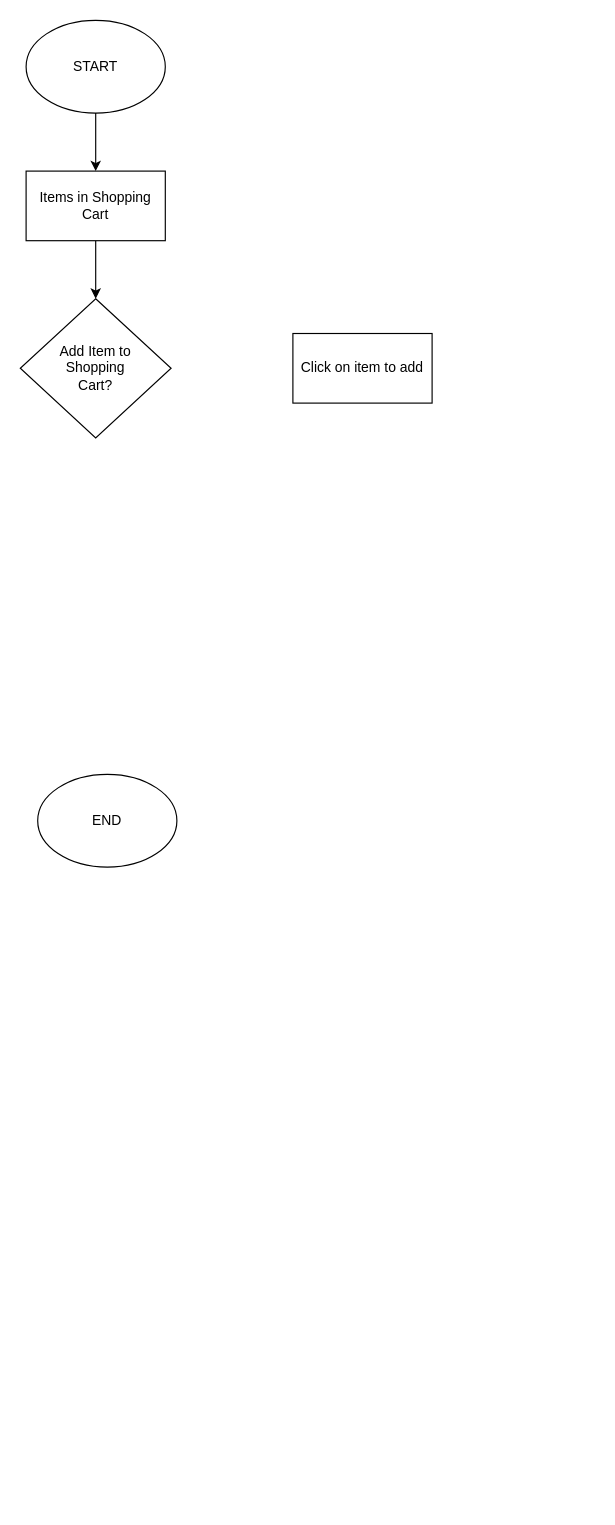
The draw.io diagram PLANING/FLOWCHARTS/shoppingcart.drawio in ArminL96/LAP_Vorbereitung_IT-LAB_Schuhgeschaeft, before the edit. Source tidied: cells renumbered, new cells numbered last; positions are measured from the earlier drawing's top-left corner, leaving out a move shared by most shapes. Both pictures are drawn from the tidied source at 116%, with x=0, y=0 at pixel (20, 20).
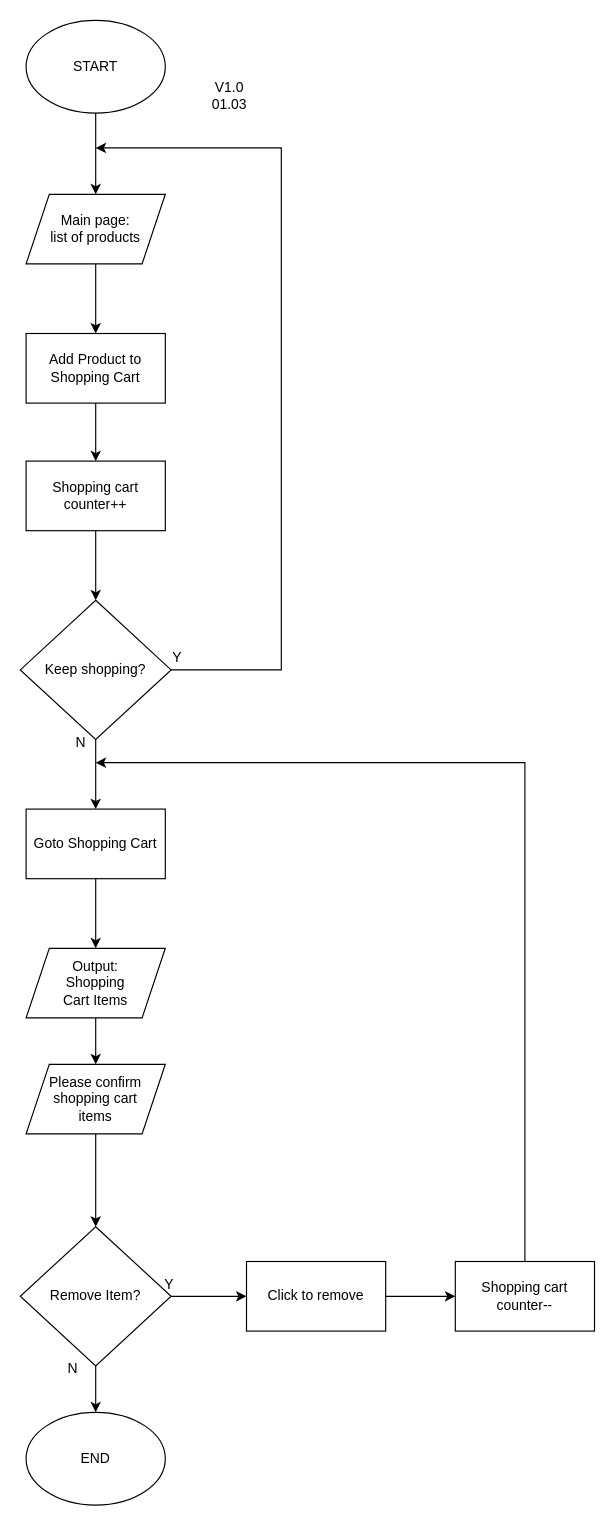
After the change.

Unchanged cells that the change refers to:
```xml
<mxCell id="3" value="START" style="ellipse;whiteSpace=wrap;html=1;" parent="1" vertex="1">
  <mxGeometry x="5" width="120" height="80" as="geometry" />
</mxCell>
```

What changed in the source:
```diff
@@
-    <mxCell id="2" style="edgeStyle=orthogonalEdgeStyle;rounded=0;jettySize=auto;html=1;exitX=0.5;exitY=1;exitDx=0;exitDy=0;entryX=0.5;entryY=0;entryDx=0;entryDy=0;" parent="1" edge="1" source="3" target="6">
-      <mxGeometry relative="1" as="geometry" />
-    </mxCell>
+    <mxCell id="9" style="edgeStyle=orthogonalEdgeStyle;rounded=0;jettySize=auto;html=1;exitX=0.5;exitY=1;exitDx=0;exitDy=0;" parent="1" edge="1" source="3" target="18">
+      <mxGeometry relative="1" as="geometry" />
+    </mxCell>
@@
     <mxCell id="4" value="END" style="ellipse;whiteSpace=wrap;html=1;" parent="1" vertex="1">
-      <mxGeometry x="15" y="650" width="120" height="80" as="geometry" />
+      <mxGeometry x="5" y="1200" width="120" height="80" as="geometry" />
     </mxCell>
-    <mxCell id="5" style="edgeStyle=orthogonalEdgeStyle;rounded=0;jettySize=auto;html=1;exitX=0.5;exitY=1;exitDx=0;exitDy=0;entryX=0.5;entryY=0;entryDx=0;entryDy=0;" parent="1" edge="1" source="6" target="7">
-      <mxGeometry relative="1" as="geometry" />
-    </mxCell>
-    <mxCell id="6" value="Items in Shopping Cart" style="rounded=0;whiteSpace=wrap;html=1;" parent="1" vertex="1">
-      <mxGeometry x="5" y="130" width="120" height="60" as="geometry" />
-    </mxCell>
-    <mxCell id="7" value="&lt;div&gt;Add Item to&lt;/div&gt;&lt;div&gt;Shopping&lt;/div&gt;&lt;div&gt;Cart?&lt;/div&gt;" style="rhombus;whiteSpace=wrap;html=1;" parent="1" vertex="1">
-      <mxGeometry y="240" width="130" height="120" as="geometry" />
-    </mxCell>
-    <mxCell id="8" value="Click on item to add" style="rounded=0;whiteSpace=wrap;html=1;" parent="1" vertex="1">
-      <mxGeometry x="235" y="270" width="120" height="60" as="geometry" />
-    </mxCell>
+    <mxCell id="10" style="edgeStyle=orthogonalEdgeStyle;rounded=0;jettySize=auto;html=1;exitX=0.5;exitY=1;exitDx=0;exitDy=0;entryX=0.5;entryY=0;entryDx=0;entryDy=0;" parent="1" edge="1" source="11" target="22">
+      <mxGeometry relative="1" as="geometry" />
+    </mxCell>
+    <mxCell id="11" value="Add Product to Shopping Cart" style="rounded=0;whiteSpace=wrap;html=1;" parent="1" vertex="1">
+      <mxGeometry x="5" y="270" width="120" height="60" as="geometry" />
+    </mxCell>
+    <mxCell id="12" style="edgeStyle=orthogonalEdgeStyle;rounded=0;jettySize=auto;html=1;exitX=1;exitY=0.5;exitDx=0;exitDy=0;" parent="1" edge="1" source="14">
+      <mxGeometry relative="1" as="geometry">
+        <mxPoint x="65" y="110" as="targetPoint" />
+        <Array as="points">
+          <mxPoint x="225" y="560" />
+          <mxPoint x="225" y="110" />
+        </Array>
+      </mxGeometry>
+    </mxCell>
+    <mxCell id="13" style="edgeStyle=orthogonalEdgeStyle;rounded=0;jettySize=auto;html=1;exitX=0.5;exitY=1;exitDx=0;exitDy=0;entryX=0.5;entryY=0;entryDx=0;entryDy=0;" parent="1" edge="1" source="14" target="16">
+      <mxGeometry relative="1" as="geometry" />
+    </mxCell>
+    <mxCell id="14" value="&lt;div&gt;Keep shopping?&lt;/div&gt;" style="rhombus;whiteSpace=wrap;html=1;" parent="1" vertex="1">
+      <mxGeometry y="500" width="130" height="120" as="geometry" />
+    </mxCell>
+    <mxCell id="15" style="edgeStyle=orthogonalEdgeStyle;rounded=0;jettySize=auto;html=1;exitX=0.5;exitY=1;exitDx=0;exitDy=0;entryX=0.5;entryY=0;entryDx=0;entryDy=0;" parent="1" edge="1" source="16" target="20">
+      <mxGeometry relative="1" as="geometry" />
+    </mxCell>
+    <mxCell id="16" value="Goto Shopping Cart" style="rounded=0;whiteSpace=wrap;html=1;" parent="1" vertex="1">
+      <mxGeometry x="5" y="680" width="120" height="60" as="geometry" />
+    </mxCell>
+    <mxCell id="17" style="edgeStyle=orthogonalEdgeStyle;rounded=0;jettySize=auto;html=1;exitX=0.5;exitY=1;exitDx=0;exitDy=0;entryX=0.5;entryY=0;entryDx=0;entryDy=0;" parent="1" edge="1" source="18" target="11">
+      <mxGeometry relative="1" as="geometry" />
+    </mxCell>
+    <mxCell id="18" value="Main page:&lt;br&gt;list of products" style="shape=parallelogram;perimeter=parallelogramPerimeter;whiteSpace=wrap;html=1;fixedSize=1;" parent="1" vertex="1">
+      <mxGeometry x="5" y="150" width="120" height="60" as="geometry" />
+    </mxCell>
+    <mxCell id="19" style="edgeStyle=orthogonalEdgeStyle;rounded=0;jettySize=auto;html=1;exitX=0.5;exitY=1;exitDx=0;exitDy=0;entryX=0.5;entryY=0;entryDx=0;entryDy=0;" parent="1" edge="1" source="20" target="35">
+      <mxGeometry relative="1" as="geometry" />
+    </mxCell>
+    <mxCell id="20" value="&lt;span&gt;Output:&lt;/span&gt;&lt;br&gt;&lt;span&gt;Shopping &lt;br&gt;Cart Items&lt;/span&gt;" style="shape=parallelogram;perimeter=parallelogramPerimeter;whiteSpace=wrap;html=1;fixedSize=1;" parent="1" vertex="1">
+      <mxGeometry x="5" y="800" width="120" height="60" as="geometry" />
+    </mxCell>
+    <mxCell id="21" style="edgeStyle=orthogonalEdgeStyle;rounded=0;jettySize=auto;html=1;exitX=0.5;exitY=1;exitDx=0;exitDy=0;entryX=0.5;entryY=0;entryDx=0;entryDy=0;" parent="1" edge="1" source="22" target="14">
+      <mxGeometry relative="1" as="geometry" />
+    </mxCell>
+    <mxCell id="22" value="Shopping cart&lt;br&gt;counter++" style="rounded=0;whiteSpace=wrap;html=1;" parent="1" vertex="1">
+      <mxGeometry x="5" y="380" width="120" height="60" as="geometry" />
+    </mxCell>
+    <mxCell id="23" value="Y" style="text;html=1;align=center;verticalAlign=middle;strokeColor=none;fillColor=none;" parent="1" vertex="1">
+      <mxGeometry x="125" y="540" width="20" height="20" as="geometry" />
+    </mxCell>
+    <mxCell id="24" value="N" style="text;html=1;align=center;verticalAlign=middle;strokeColor=none;fillColor=none;" parent="1" vertex="1">
+      <mxGeometry x="42" y="613" width="20" height="20" as="geometry" />
+    </mxCell>
+    <mxCell id="25" style="edgeStyle=orthogonalEdgeStyle;rounded=0;jettySize=auto;html=1;exitX=1;exitY=0.5;exitDx=0;exitDy=0;entryX=0;entryY=0.5;entryDx=0;entryDy=0;" parent="1" edge="1" source="27" target="29">
+      <mxGeometry relative="1" as="geometry" />
+    </mxCell>
+    <mxCell id="26" style="edgeStyle=orthogonalEdgeStyle;rounded=0;jettySize=auto;html=1;exitX=0.5;exitY=1;exitDx=0;exitDy=0;entryX=0.5;entryY=0;entryDx=0;entryDy=0;" parent="1" edge="1" source="27" target="4">
+      <mxGeometry relative="1" as="geometry" />
+    </mxCell>
+    <mxCell id="27" value="&lt;div&gt;Remove Item?&lt;/div&gt;" style="rhombus;whiteSpace=wrap;html=1;" parent="1" vertex="1">
+      <mxGeometry y="1040" width="130" height="120" as="geometry" />
+    </mxCell>
+    <mxCell id="28" style="edgeStyle=orthogonalEdgeStyle;rounded=0;jettySize=auto;html=1;exitX=1;exitY=0.5;exitDx=0;exitDy=0;entryX=0;entryY=0.5;entryDx=0;entryDy=0;" parent="1" edge="1" source="29" target="31">
+      <mxGeometry relative="1" as="geometry" />
+    </mxCell>
+    <mxCell id="29" value="Click to remove" style="rounded=0;whiteSpace=wrap;html=1;" parent="1" vertex="1">
+      <mxGeometry x="195" y="1070" width="120" height="60" as="geometry" />
+    </mxCell>
+    <mxCell id="30" style="edgeStyle=orthogonalEdgeStyle;rounded=0;jettySize=auto;html=1;exitX=0.5;exitY=0;exitDx=0;exitDy=0;" parent="1" edge="1" source="31">
+      <mxGeometry relative="1" as="geometry">
+        <mxPoint x="65" y="640" as="targetPoint" />
+        <Array as="points">
+          <mxPoint x="435" y="640" />
+        </Array>
+      </mxGeometry>
+    </mxCell>
+    <mxCell id="31" value="Shopping cart counter--" style="rounded=0;whiteSpace=wrap;html=1;" parent="1" vertex="1">
+      <mxGeometry x="375" y="1070" width="120" height="60" as="geometry" />
+    </mxCell>
+    <mxCell id="32" value="Y" style="text;html=1;align=center;verticalAlign=middle;strokeColor=none;fillColor=none;" parent="1" vertex="1">
+      <mxGeometry x="118" y="1080" width="20" height="20" as="geometry" />
+    </mxCell>
+    <mxCell id="33" value="N" style="text;html=1;align=center;verticalAlign=middle;strokeColor=none;fillColor=none;" parent="1" vertex="1">
+      <mxGeometry x="35" y="1153" width="20" height="20" as="geometry" />
+    </mxCell>
+    <mxCell id="34" style="edgeStyle=orthogonalEdgeStyle;rounded=0;jettySize=auto;html=1;exitX=0.5;exitY=1;exitDx=0;exitDy=0;entryX=0.5;entryY=0;entryDx=0;entryDy=0;" parent="1" edge="1" source="35" target="27">
+      <mxGeometry relative="1" as="geometry" />
+    </mxCell>
+    <mxCell id="35" value="Please confirm&lt;br&gt;shopping cart&lt;br&gt;items" style="shape=parallelogram;perimeter=parallelogramPerimeter;whiteSpace=wrap;html=1;fixedSize=1;" parent="1" vertex="1">
+      <mxGeometry x="5" y="900" width="120" height="60" as="geometry" />
+    </mxCell>
+    <mxCell id="36" value="V1.0&lt;br&gt;01.03" style="text;html=1;align=center;verticalAlign=middle;strokeColor=none;fillColor=none;" parent="1" vertex="1">
+      <mxGeometry x="155" y="50" width="50" height="30" as="geometry" />
+    </mxCell>
```
